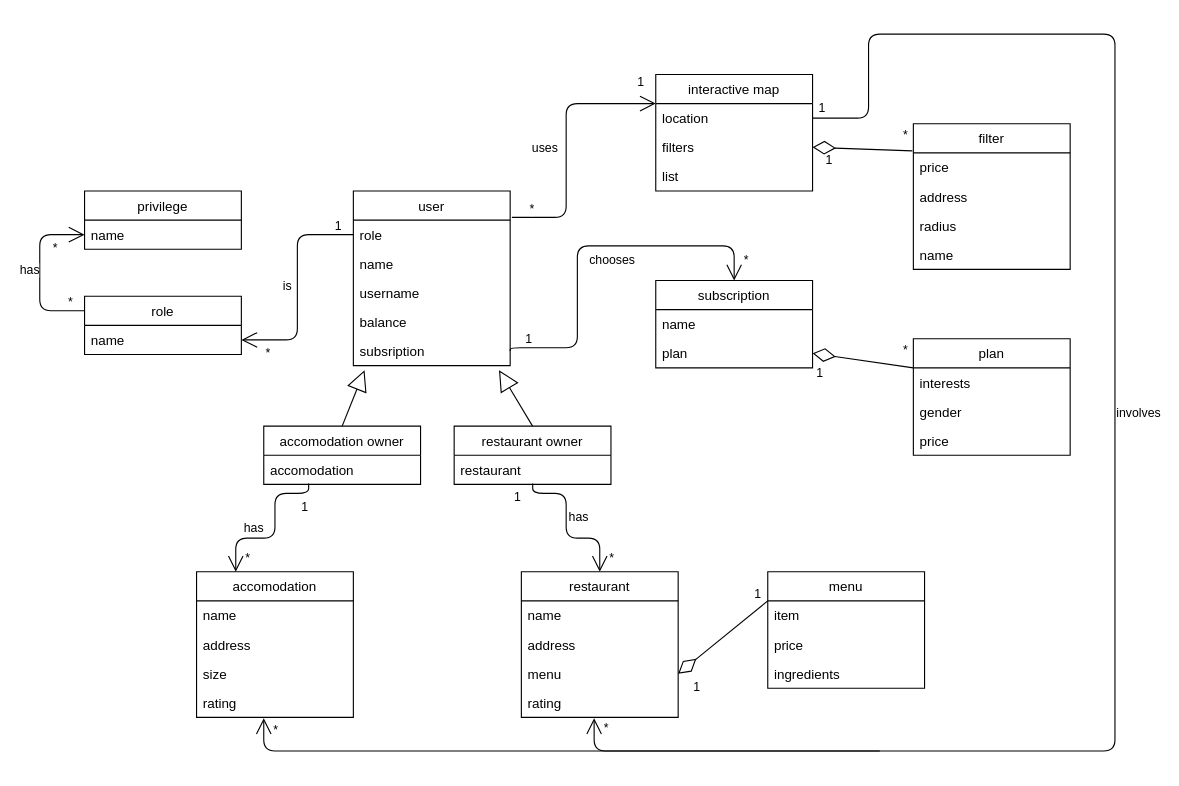
Above: 2-SoftwareDesign/2.1-UMLConceptClasses/UML-ConceptClasses.drawio in oleksandrblazhko/ai204-kolesnik (draw.io), before the change. Source tidied: cells renumbered, new cells numbered last; positions are measured from the earlier drawing's top-left corner, leaving out a move shared by most shapes. Both pictures are drawn from the tidied source at 112%, with x=0, y=0 at pixel (39, 34).
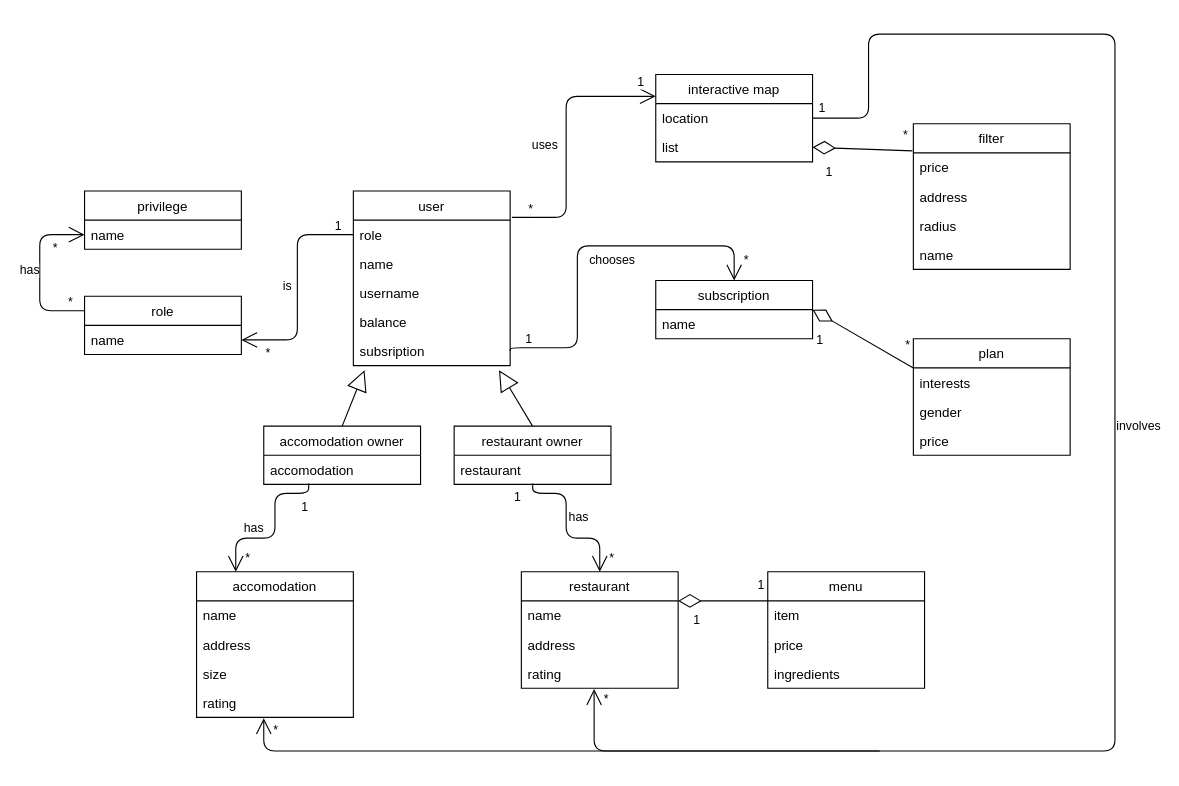
The same diagram, later.

Commit message (it also covers changes not shown here):
lab 5 db diagrams fixed

Unchanged cells that the change refers to:
```xml
<mxCell id="3" value="role" style="text;strokeColor=none;fillColor=none;align=left;verticalAlign=top;spacingLeft=4;spacingRight=4;overflow=hidden;points=[[0,0.5],[1,0.5]];portConstraint=eastwest;" parent="2" vertex="1">
  <mxGeometry y="26" width="140" height="26" as="geometry" />
</mxCell>
<mxCell id="44" value="menu" style="swimlane;fontStyle=0;horizontal=1;startSize=26;fillColor=none;" parent="1" vertex="1">
  <mxGeometry x="650" y="480" width="140" height="104" as="geometry" />
</mxCell>
<mxCell id="61" value="plan" style="swimlane;fontStyle=0;horizontal=1;startSize=26;fillColor=none;" parent="1" vertex="1">
  <mxGeometry x="780" y="272" width="140" height="104" as="geometry" />
</mxCell>
<mxCell id="74" value="price" style="text;strokeColor=none;fillColor=none;align=left;verticalAlign=top;spacingLeft=4;spacingRight=4;overflow=hidden;points=[[0,0.5],[1,0.5]];portConstraint=eastwest;" parent="73" vertex="1">
  <mxGeometry y="26" width="140" height="26" as="geometry" />
</mxCell>
```

Diff of the diagram source:
```diff
@@
     <mxCell id="31" value="restaurant" style="swimlane;fontStyle=0;horizontal=1;startSize=26;fillColor=none;" parent="1" vertex="1">
-      <mxGeometry x="430" y="480" width="140" height="130" as="geometry" />
+      <mxGeometry x="430" y="480" width="140" height="104" as="geometry" />
     </mxCell>
@@
-    <mxCell id="34" value="menu" style="text;strokeColor=none;fillColor=none;align=left;verticalAlign=top;spacingLeft=4;spacingRight=4;overflow=hidden;points=[[0,0.5],[1,0.5]];portConstraint=eastwest;" parent="31" vertex="1">
-      <mxGeometry y="78" width="140" height="26" as="geometry" />
-    </mxCell>
     <mxCell id="35" value="rating" style="text;strokeColor=none;fillColor=none;align=left;verticalAlign=top;spacingLeft=4;spacingRight=4;overflow=hidden;points=[[0,0.5],[1,0.5]];portConstraint=eastwest;" parent="31" vertex="1">
-      <mxGeometry y="104" width="140" height="26" as="geometry" />
+      <mxGeometry y="78" width="140" height="26" as="geometry" />
     </mxCell>
@@
-    <mxCell id="48" style="endArrow=none;html=1;endSize=12;startArrow=diamondThin;startSize=18;startFill=0;exitX=1;exitY=0.5;exitDx=0;exitDy=0;entryX=0;entryY=0.25;entryDx=0;entryDy=0;" parent="1" edge="1" source="34" target="44">
+    <mxCell id="48" style="endArrow=none;html=1;endSize=12;startArrow=diamondThin;startSize=18;startFill=0;exitX=1;exitY=0.25;exitDx=0;exitDy=0;entryX=0;entryY=0.25;entryDx=0;entryDy=0;" parent="1" edge="1" source="31" target="44">
       <mxGeometry relative="1" as="geometry" />
     </mxCell>
     <mxCell id="49" value="1" style="edgeLabel;html=1;align=right;verticalAlign=top;" parent="48" vertex="1">
       <mxGeometry x="1" relative="1" as="geometry">
-        <mxPoint x="-60" y="64" as="offset" />
+        <mxPoint x="-60" y="4" as="offset" />
       </mxGeometry>
     </mxCell>
@@
     <mxCell id="51" value="subscription" style="swimlane;fontStyle=0;horizontal=1;startSize=26;fillColor=none;" parent="1" vertex="1">
-      <mxGeometry x="550" y="220" width="140" height="78" as="geometry" />
+      <mxGeometry x="550" y="220" width="140" height="52" as="geometry" />
     </mxCell>
@@
-    <mxCell id="53" value="plan" style="text;strokeColor=none;fillColor=none;align=left;verticalAlign=top;spacingLeft=4;spacingRight=4;overflow=hidden;points=[[0,0.5],[1,0.5]];portConstraint=eastwest;" parent="51" vertex="1">
-      <mxGeometry y="52" width="140" height="26" as="geometry" />
-    </mxCell>
@@
-    <mxCell id="58" style="endArrow=none;html=1;endSize=12;startArrow=diamondThin;startSize=18;startFill=0;exitX=1;exitY=0.5;exitDx=0;exitDy=0;entryX=0;entryY=0.25;entryDx=0;entryDy=0;" parent="1" edge="1" source="53" target="61">
+    <mxCell id="58" style="endArrow=none;html=1;endSize=12;startArrow=diamondThin;startSize=18;startFill=0;exitX=1;exitY=0.5;exitDx=0;exitDy=0;entryX=0;entryY=0.25;entryDx=0;entryDy=0;" parent="1" edge="1" source="51" target="61">
       <mxGeometry relative="1" as="geometry" />
     </mxCell>
     <mxCell id="59" value="1" style="edgeLabel;html=1;align=right;verticalAlign=top;" parent="58" vertex="1">
       <mxGeometry x="1" relative="1" as="geometry">
-        <mxPoint x="-80" y="-8" as="offset" />
+        <mxPoint x="-80" y="-38" as="offset" />
       </mxGeometry>
     </mxCell>
@@
     <mxCell id="65" value="interactive map" style="swimlane;fontStyle=0;horizontal=1;startSize=26;fillColor=none;" parent="1" vertex="1">
-      <mxGeometry x="550" y="36" width="140" height="104" as="geometry" />
+      <mxGeometry x="550" y="36" width="140" height="78" as="geometry" />
     </mxCell>
@@
-    <mxCell id="67" value="filters" style="text;strokeColor=none;fillColor=none;align=left;verticalAlign=top;spacingLeft=4;spacingRight=4;overflow=hidden;points=[[0,0.5],[1,0.5]];portConstraint=eastwest;" parent="65" vertex="1">
-      <mxGeometry y="52" width="140" height="26" as="geometry" />
-    </mxCell>
     <mxCell id="68" value="list" style="text;strokeColor=none;fillColor=none;align=left;verticalAlign=top;spacingLeft=4;spacingRight=4;overflow=hidden;" parent="65" vertex="1">
-      <mxGeometry y="78" width="140" height="26" as="geometry" />
+      <mxGeometry y="52" width="140" height="26" as="geometry" />
     </mxCell>
     <mxCell id="69" style="endArrow=none;html=1;startSize=12;startArrow=open;startFill=0;edgeStyle=orthogonalEdgeStyle;exitX=0;exitY=0.25;exitDx=0;exitDy=0;entryX=1.011;entryY=-0.092;entryDx=0;entryDy=0;entryPerimeter=0;" parent="1" edge="1" source="65" target="3">
       <mxGeometry relative="1" as="geometry">
         <Array as="points">
-          <mxPoint x="470" y="62" />
+          <mxPoint x="470" y="55" />
           <mxPoint x="470" y="164" />
         </Array>
       </mxGeometry>
     </mxCell>
     <mxCell id="70" value="1" style="edgeLabel;html=1;align=left;verticalAlign=bottom;" parent="69" vertex="1">
       <mxGeometry x="-1" relative="1" as="geometry">
-        <mxPoint x="150" y="58" as="offset" />
+        <mxPoint x="150" y="75" as="offset" />
       </mxGeometry>
     </mxCell>
@@
-    <mxCell id="78" style="endArrow=none;html=1;endSize=12;startArrow=diamondThin;startSize=18;startFill=0;exitX=1;exitY=0.5;exitDx=0;exitDy=0;entryX=-0.006;entryY=-0.067;entryDx=0;entryDy=0;entryPerimeter=0;" parent="1" edge="1" source="67" target="74">
-      <mxGeometry relative="1" as="geometry" />
+    <mxCell id="78" style="endArrow=none;html=1;endSize=12;startArrow=diamondThin;startSize=18;startFill=0;exitX=1;exitY=0.5;exitDx=0;exitDy=0;entryX=-0.006;entryY=-0.067;entryDx=0;entryDy=0;entryPerimeter=0;" parent="1" edge="1" target="74">
+      <mxGeometry relative="1" as="geometry">
+        <mxPoint x="690" y="101" as="sourcePoint" />
+      </mxGeometry>
     </mxCell>
```
